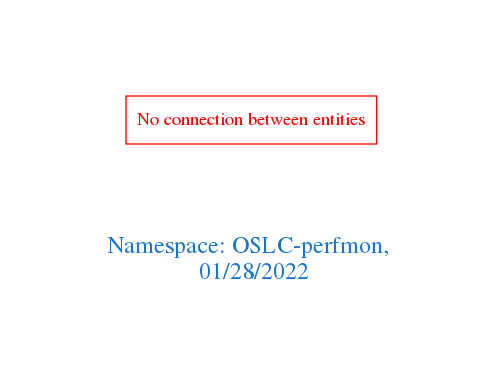
This is downloads/OSLC-perfmon.png from arago/OGIT, a Graphviz export, as it was before one commit. Its source is kept beside it as downloads/OSLC-perfmon.dot.
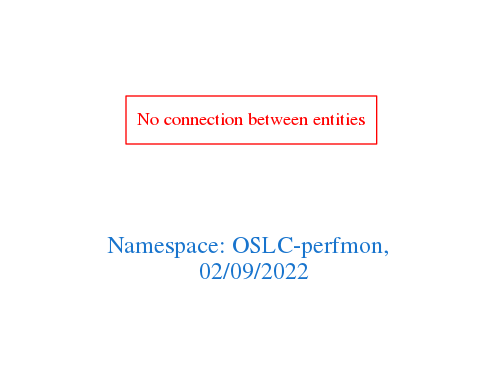
Later version of the same file.

Diff of the diagram source:
```diff
@@ -1,7 +1,7 @@
 digraph OGIT_ontology {
  graph [ rankdir= LR,pad=1
 fontsize = 18,
-fontcolor= dodgerblue3,label = "\n\n\nNamespace: OSLC-perfmon, \n 01/28/2022"];
+fontcolor= dodgerblue3,label = "\n\n\nNamespace: OSLC-perfmon, \n 02/09/2022"];
 node[shape=polygon];
 edge [  color="gray81"];
 
```
